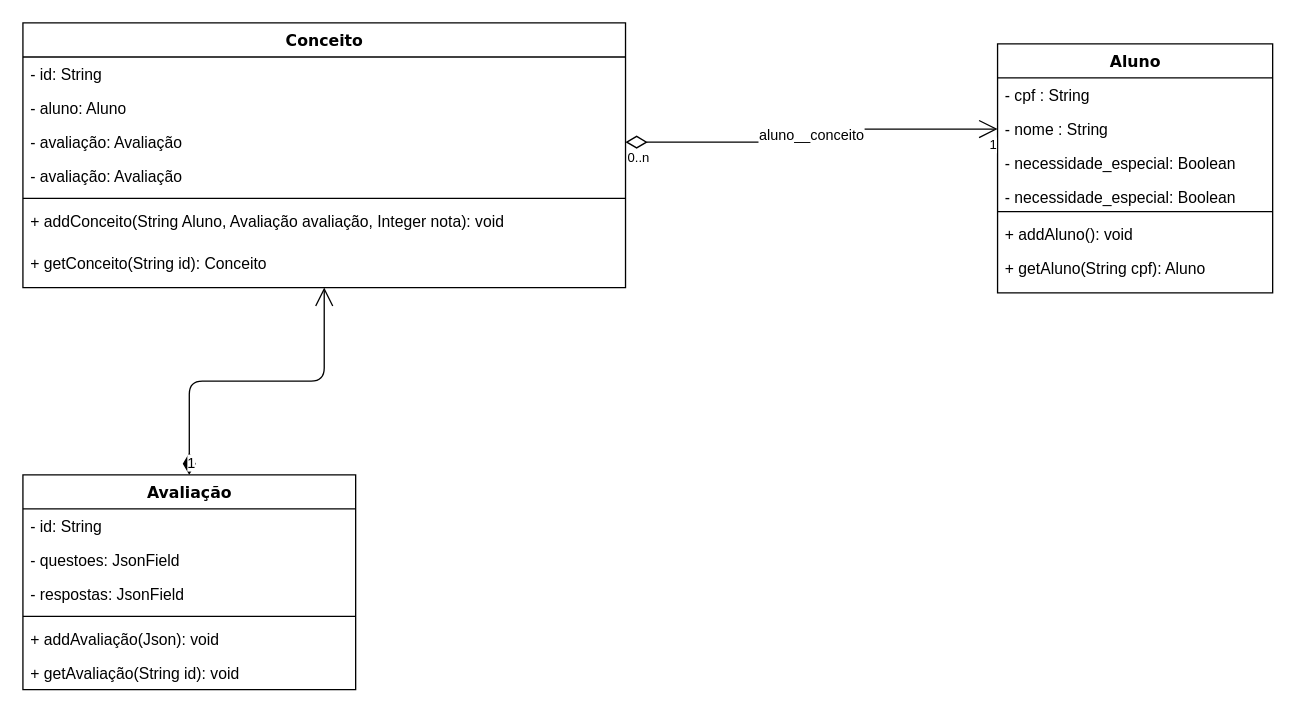
Above: programacaooo/aep1/diagrama-uml.drawio in endersonmenezes/esoft (draw.io), before the change. Source tidied: cells renumbered, new cells numbered last; positions are measured from the earlier drawing's top-left corner, leaving out a move shared by most shapes. Both pictures are drawn from the tidied source at 131%, with x=0, y=0 at pixel (22, 22).
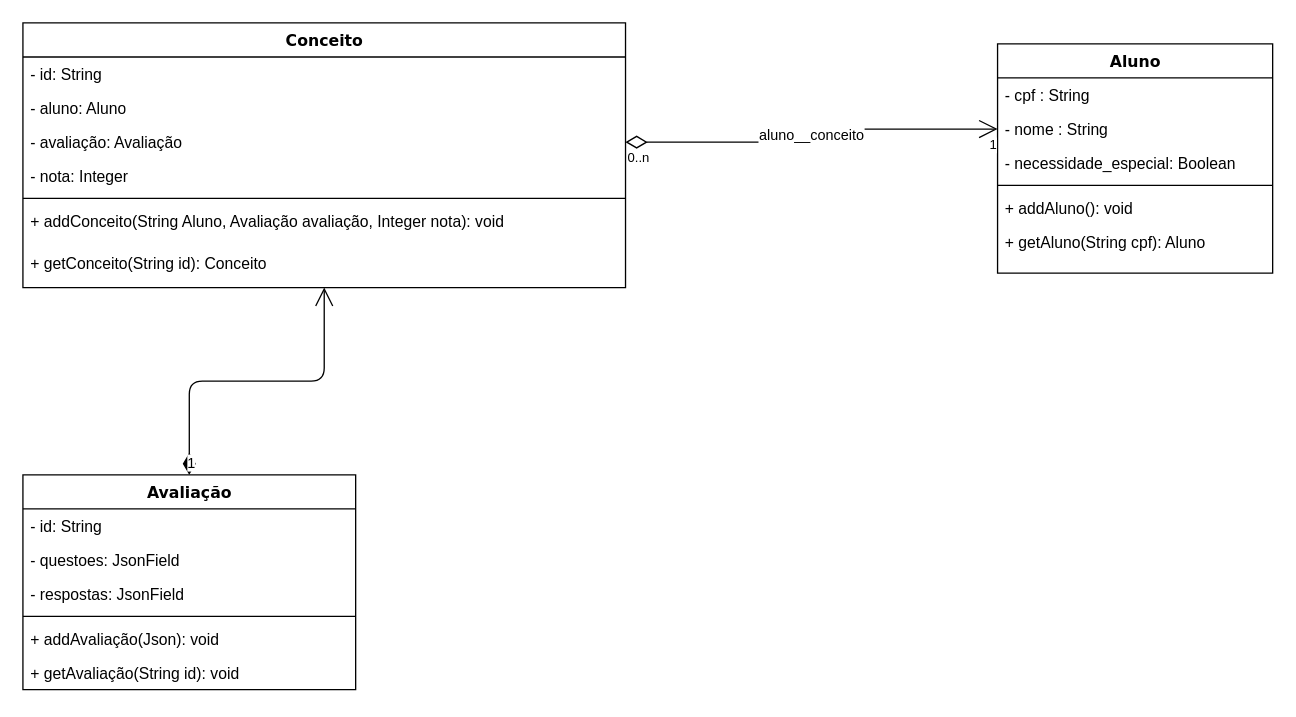
The same page after the edit.

Unchanged cells that the change refers to:
```xml
<mxCell id="2" value="&lt;div&gt;Conceito&lt;/div&gt;&lt;div&gt;&lt;br&gt;&lt;/div&gt;" style="swimlane;html=1;fontStyle=1;align=center;verticalAlign=top;horizontal=1;startSize=26;swimlaneFillColor=#ffffff;rounded=0;shadow=0;comic=0;labelBackgroundColor=none;strokeColor=#000000;strokeWidth=1;fillColor=none;fontFamily=Verdana;fontSize=12;fontColor=#000000;" parent="1" vertex="1">
  <mxGeometry width="460" height="202" as="geometry" />
</mxCell>
```

The edit, as a diff of the source:
```diff
@@
-    <mxCell id="6" value="- avaliação: Avaliação" style="text;html=1;strokeColor=none;fillColor=none;align=left;verticalAlign=top;spacingLeft=4;spacingRight=4;whiteSpace=wrap;overflow=hidden;" parent="2" vertex="1">
+    <mxCell id="6" value="- nota: Integer" style="text;html=1;strokeColor=none;fillColor=none;align=left;verticalAlign=top;spacingLeft=4;spacingRight=4;whiteSpace=wrap;overflow=hidden;" parent="2" vertex="1">
       <mxGeometry y="104" width="460" height="26" as="geometry" />
     </mxCell>
@@
     <mxCell id="17" value="&lt;div&gt;Aluno&lt;/div&gt;&lt;div&gt;&lt;br&gt;&lt;/div&gt;" style="swimlane;html=1;fontStyle=1;align=center;verticalAlign=top;horizontal=1;startSize=26;swimlaneFillColor=#ffffff;rounded=0;shadow=0;comic=0;labelBackgroundColor=none;strokeColor=#000000;strokeWidth=1;fillColor=none;fontFamily=Verdana;fontSize=12;fontColor=#000000;" parent="1" vertex="1">
-      <mxGeometry x="744" y="16" width="210" height="190" as="geometry" />
+      <mxGeometry x="744" y="16" width="210" height="175" as="geometry" />
     </mxCell>
@@
-    <mxCell id="21" value="- necessidade_especial: Boolean" style="text;strokeColor=none;fillColor=none;align=left;verticalAlign=top;spacingLeft=4;spacingRight=4;overflow=hidden;" parent="17" vertex="1">
-      <mxGeometry y="104" width="210" height="20" as="geometry" />
-    </mxCell>
     <mxCell id="22" style="line;html=1;strokeWidth=1;fillColor=none;align=left;verticalAlign=middle;spacingTop=-1;spacingLeft=3;spacingRight=3;labelPosition=right;" parent="17" vertex="1">
-      <mxGeometry y="124" width="210" height="8" as="geometry" />
+      <mxGeometry y="104" width="210" height="8" as="geometry" />
     </mxCell>
     <mxCell id="23" value="+ addAluno(): void" style="text;html=1;strokeColor=none;fillColor=none;align=left;verticalAlign=top;spacingLeft=4;spacingRight=4;whiteSpace=wrap;overflow=hidden;" parent="17" vertex="1">
-      <mxGeometry y="132" width="210" height="26" as="geometry" />
+      <mxGeometry y="112" width="210" height="26" as="geometry" />
     </mxCell>
     <mxCell id="24" value="+ getAluno(String cpf): Aluno" style="text;html=1;strokeColor=none;fillColor=none;align=left;verticalAlign=top;spacingLeft=4;spacingRight=4;whiteSpace=wrap;overflow=hidden;" parent="17" vertex="1">
-      <mxGeometry y="158" width="210" height="26" as="geometry" />
+      <mxGeometry y="138" width="210" height="26" as="geometry" />
     </mxCell>
```
